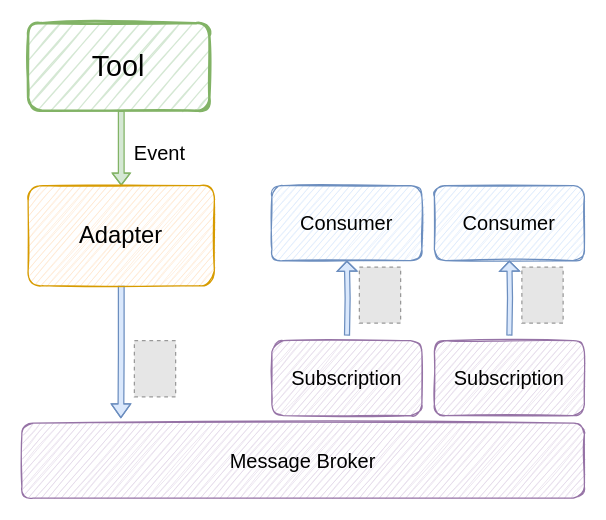
This is page "Producing Adapter" (2 of 6) of images/cdevents.drawio from cdevents/spec, a draw.io file, before an edit. Source tidied: cells renumbered, new cells numbered last; positions are measured from the earlier drawing's top-left corner, leaving out a move shared by most shapes. Both pictures are drawn from the tidied source at 125%, with x=0, y=0 at pixel (21, 22). Pictures stored in the file or linked from it are replaced by grey dashed boxes.
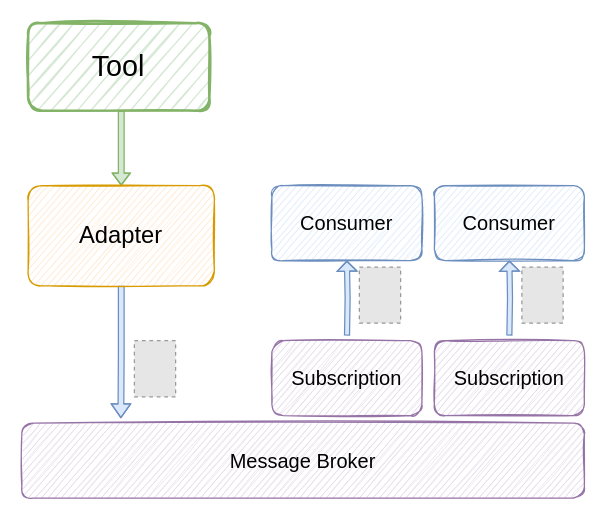
After the change.

Diff of the diagram source:
```diff
@@
 <mxGraphModel>
   <root>
     <mxCell id="0" />
     <mxCell id="1" parent="0" />
     <mxCell id="2" value="&lt;span style=&quot;font-size: 23px;&quot;&gt;Tool&lt;/span&gt;" style="rounded=1;whiteSpace=wrap;html=1;sketch=1;fillColor=#d5e8d4;strokeColor=#82b366;fontSize=23;strokeWidth=2;" parent="1" vertex="1">
       <mxGeometry x="5" width="145" height="70" as="geometry" />
     </mxCell>
-    <mxCell id="3" value="Event" style="edgeStyle=orthogonalEdgeStyle;rounded=0;jettySize=auto;html=1;fontSize=16;shape=flexArrow;width=4.571428571428571;endSize=2.8114285714285714;endWidth=8.816326530612246;startArrow=block;fillColor=#d5e8d4;endArrow=none;endFill=0;startWidth=8.816326530612246;startSize=2.8114285714285714;strokeColor=#82b366;" parent="1" edge="1" source="5" target="2">
+    <mxCell id="3" style="edgeStyle=orthogonalEdgeStyle;rounded=0;jettySize=auto;html=1;fontSize=16;shape=flexArrow;width=4.571428571428571;endSize=2.8114285714285714;endWidth=8.816326530612246;startArrow=block;fillColor=#d5e8d4;endArrow=none;endFill=0;startWidth=8.816326530612246;startSize=2.8114285714285714;strokeColor=#82b366;" parent="1" edge="1" source="5" target="2">
       <mxGeometry x="-0.14" y="-30" relative="1" as="geometry">
         <Array as="points">
           <mxPoint x="80" y="120" />
           <mxPoint x="80" y="120" />
         </Array>
       </mxGeometry>
     </mxCell>
     <mxCell id="4" style="edgeStyle=orthogonalEdgeStyle;shape=flexArrow;rounded=0;jettySize=auto;html=1;fontSize=16;entryX=0.176;entryY=-0.064;entryDx=0;entryDy=0;entryPerimeter=0;width=4.571428571428571;endSize=3.337142857142857;endWidth=9.959183673469388;fillColor=#dae8fc;strokeColor=#6c8ebf;" parent="1" edge="1" source="5" target="7">
       <mxGeometry relative="1" as="geometry" />
     </mxCell>
     <mxCell id="5" value="&lt;font style=&quot;font-size: 19px;&quot;&gt;Adapter&lt;br&gt;&lt;/font&gt;" style="rounded=1;whiteSpace=wrap;html=1;sketch=1;fillColor=#ffe6cc;strokeColor=#d79b00;fontSize=19;" parent="1" vertex="1">
       <mxGeometry x="5" y="130" width="149" height="80" as="geometry" />
     </mxCell>
     <mxCell id="6" style="edgeStyle=orthogonalEdgeStyle;shape=flexArrow;rounded=0;jettySize=auto;html=1;fontSize=16;width=4;endSize=2.3314285714285714;exitX=0.465;exitY=0;exitDx=0;exitDy=0;exitPerimeter=0;endWidth=10.857142857142858;fillColor=#dae8fc;strokeColor=#6c8ebf;" parent="1" edge="1" target="9">
       <mxGeometry relative="1" as="geometry">
         <mxPoint x="260.1" y="250" as="sourcePoint" />
       </mxGeometry>
     </mxCell>
     <mxCell id="7" value="Message Broker" style="rounded=1;whiteSpace=wrap;html=1;sketch=1;fontSize=16;fillColor=#e1d5e7;strokeColor=#9673a6;" parent="1" vertex="1">
       <mxGeometry y="320" width="450" height="60" as="geometry" />
     </mxCell>
     <mxCell id="8" style="fillColor=#E6E6E6;strokeColor=#999999;dashed=1;verticalLabelPosition=bottom;verticalAlign=top;" parent="1" vertex="1">
       <mxGeometry x="90" y="254" width="33" height="44.9" as="geometry" />
     </mxCell>
     <mxCell id="9" value="&lt;font style=&quot;font-size: 16px;&quot;&gt;Consumer&lt;/font&gt;" style="rounded=1;whiteSpace=wrap;html=1;sketch=1;fillColor=#dae8fc;strokeColor=#6c8ebf;fontSize=11;" parent="1" vertex="1">
       <mxGeometry x="200" y="130" width="120" height="60" as="geometry" />
     </mxCell>
     <mxCell id="10" value="&lt;font style=&quot;font-size: 16px;&quot;&gt;Consumer&lt;/font&gt;" style="rounded=1;whiteSpace=wrap;html=1;sketch=1;fillColor=#dae8fc;strokeColor=#6c8ebf;fontSize=11;" parent="1" vertex="1">
       <mxGeometry x="330" y="130" width="120" height="60" as="geometry" />
     </mxCell>
     <mxCell id="11" style="edgeStyle=orthogonalEdgeStyle;shape=flexArrow;rounded=0;jettySize=auto;html=1;fontSize=16;width=4;endSize=2.3314285714285714;endWidth=10.857142857142858;entryX=0.5;entryY=1;entryDx=0;entryDy=0;fillColor=#dae8fc;strokeColor=#6c8ebf;" parent="1" edge="1" target="10">
       <mxGeometry relative="1" as="geometry">
         <mxPoint x="390" y="250" as="sourcePoint" />
       </mxGeometry>
     </mxCell>
     <mxCell id="12" style="fillColor=#E6E6E6;strokeColor=#999999;dashed=1;verticalLabelPosition=bottom;verticalAlign=top;" parent="1" vertex="1">
       <mxGeometry x="270" y="195.1" width="33" height="44.9" as="geometry" />
     </mxCell>
     <mxCell id="13" style="fillColor=#E6E6E6;strokeColor=#999999;dashed=1;verticalLabelPosition=bottom;verticalAlign=top;" parent="1" vertex="1">
       <mxGeometry x="400" y="195.1" width="33" height="44.9" as="geometry" />
     </mxCell>
     <mxCell id="14" value="&lt;font style=&quot;font-size: 16px;&quot;&gt;Subscription&lt;/font&gt;" style="rounded=1;whiteSpace=wrap;html=1;sketch=1;fillColor=#e1d5e7;strokeColor=#9673a6;fontSize=11;" parent="1" vertex="1">
       <mxGeometry x="200" y="254" width="120" height="60" as="geometry" />
     </mxCell>
     <mxCell id="15" value="&lt;font style=&quot;font-size: 16px;&quot;&gt;Subscription&lt;/font&gt;" style="rounded=1;whiteSpace=wrap;html=1;sketch=1;fillColor=#e1d5e7;strokeColor=#9673a6;fontSize=11;" parent="1" vertex="1">
       <mxGeometry x="330" y="254" width="120" height="60" as="geometry" />
     </mxCell>
   </root>
 </mxGraphModel>
```
